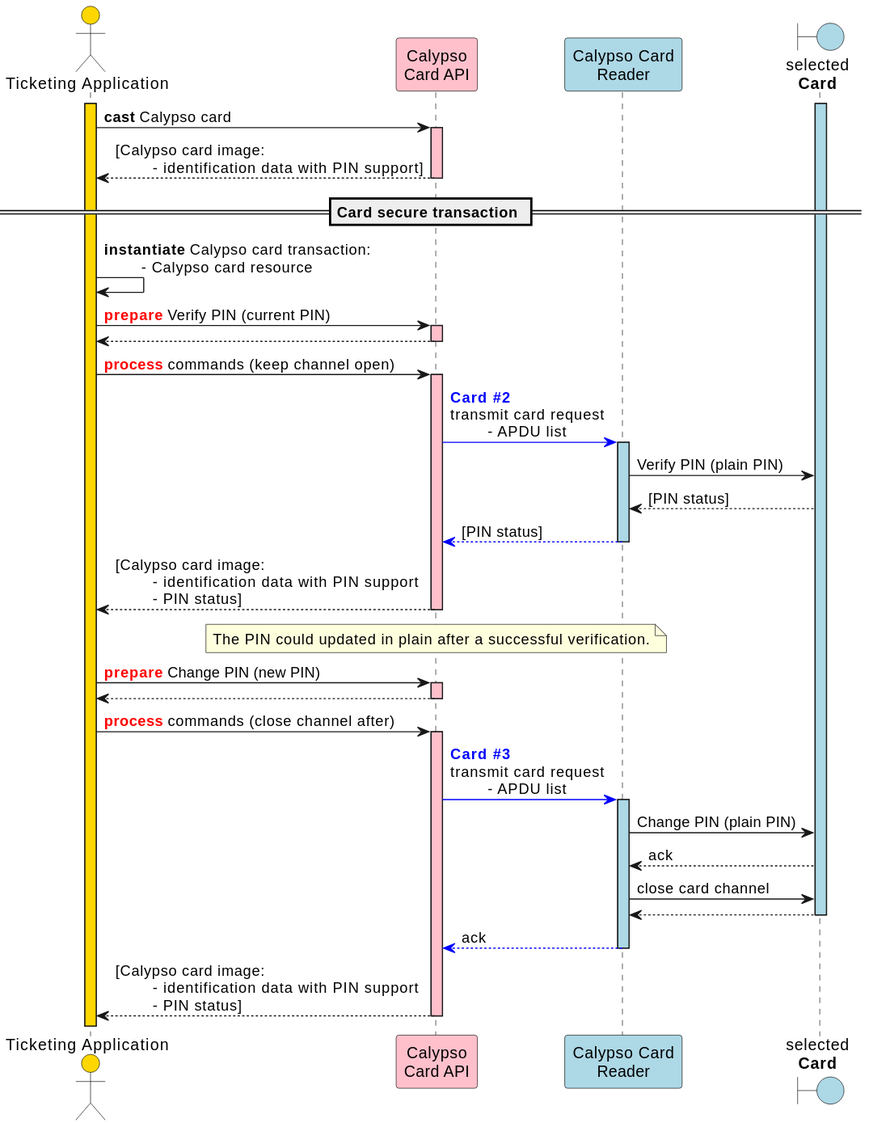
This is static/media/specifications/calypso_transaction_Verify_Change_Plain_PIN_sequence_diagram.svg from calypsonet/calypsonet-terminal-api-website, a PlantUML export, as it was before one commit.
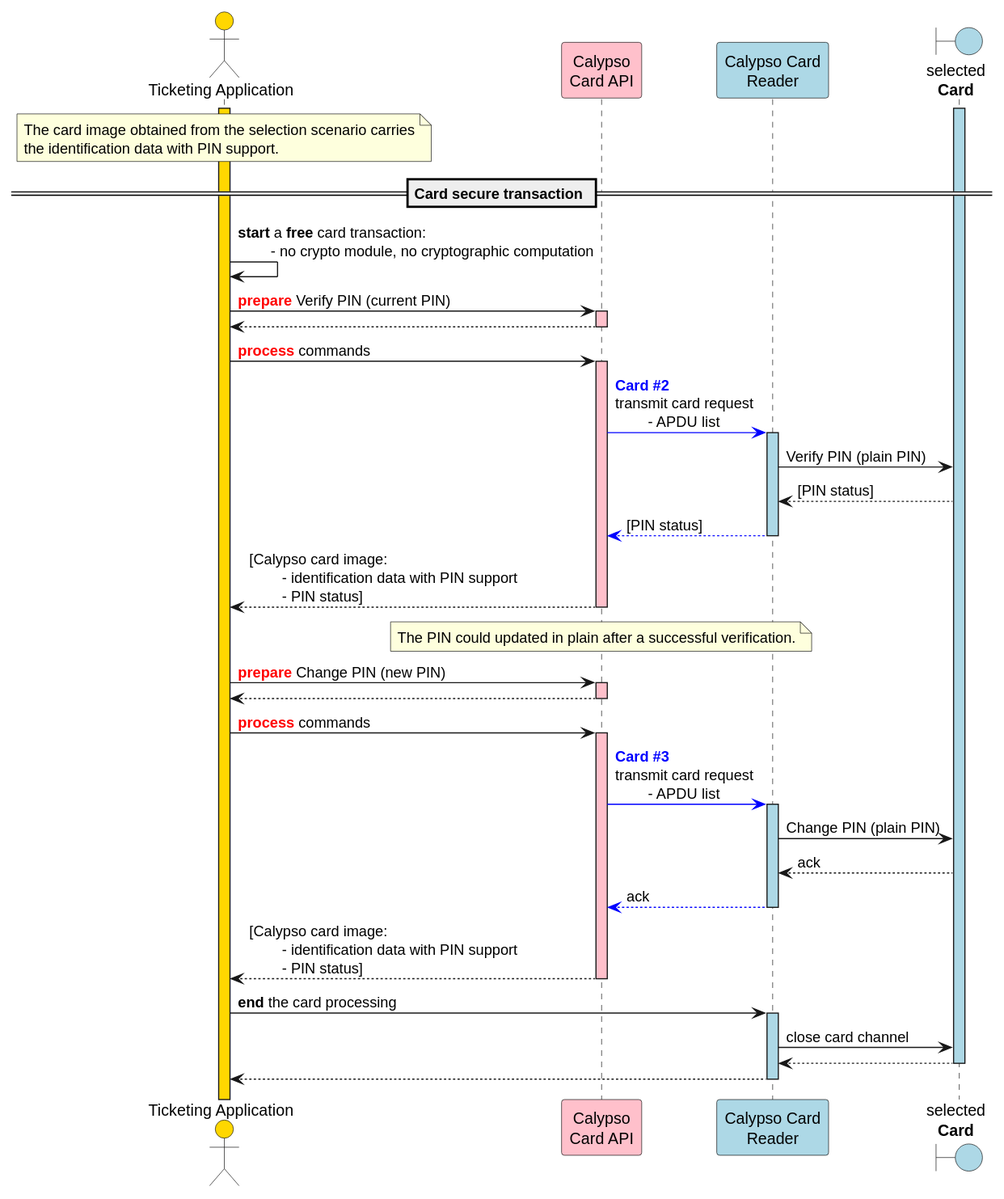
After the commit.

The edit, as a diff of the source:
```diff
@@ -39,22 +39,21 @@
 
 activate card #lightBlue
 
-app->capi: **cast** Calypso card
-activate capi  #pink
-capi-->app: [Calypso card image:\n\t- identification data with PIN support]
-
-deactivate capi
+note over app
+    The card image obtained from the selection scenario carries
+    the identification data with PIN support.
+end note
 
 == Card secure transaction ==
 
-app->app: **instantiate** Calypso card transaction:\n\t- Calypso card resource
+app->app: **start** a **free** card transaction:\n\t- no crypto module, no cryptographic computation
 
 app->capi: <font color=red>**prepare**</font> Verify PIN (current PIN)
 activate capi  #pink
 capi-->app
 deactivate capi
 
-app->capi: <font color=red>**process**</font> commands (keep channel open)
+app->capi: <font color=red>**process**</font> commands
 activate capi  #pink
 
 capi-[#0000FF]>cardReader: <font color=blue>**Card #2**</font>\ntransmit card request\n\t- APDU list
@@ -78,7 +77,7 @@
 capi-->app
 deactivate capi
 
-app->capi: <font color=red>**process**</font> commands (close channel after)
+app->capi: <font color=red>**process**</font> commands
 activate capi  #pink
 
 capi-[#0000FF]>cardReader: <font color=blue>**Card #3**</font>\ntransmit card request\n\t- APDU list
@@ -86,9 +85,6 @@
 
     cardReader->card: Change PIN (plain PIN)
     card-->cardReader: ack
-    cardReader->card: close card channel
-    card-->cardReader
-deactivate card
 
 cardReader-[#0000FF]->capi: ack
 deactivate cardReader
@@ -97,4 +93,12 @@
 deactivate capi
 
 deactivate capi
+
+app->cardReader: **end** the card processing
+activate cardReader #lightBlue
+cardReader->card: close card channel
+card-->cardReader
+deactivate card
+cardReader-->app
+deactivate cardReader
 @enduml
```
